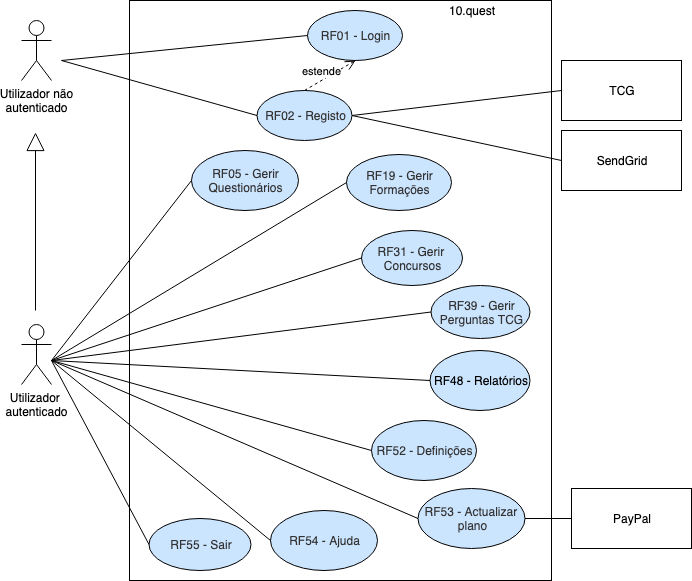
Earlier version of the draw.io export img/rf/alto-nivel.png (BrunoGrifo/Tese). Source tidied: cells renumbered, new cells last; positions are measured from the earlier drawing's top-left corner, leaving out a move shared by most shapes.
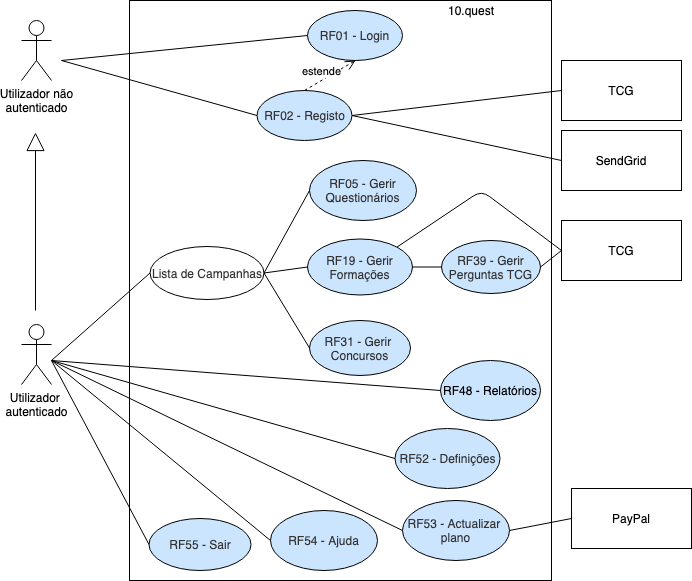
Above is the later version.

Diff of the diagram source:
```diff
@@ -37,16 +37,16 @@
       </mxGeometry>
     </mxCell>
     <mxCell id="11" value="RF05 - Gerir&lt;br&gt;Questionários" style="ellipse;whiteSpace=wrap;html=1;fillColor=#CCE5FF;strokeColor=#000000;fontColor=#333333;" parent="1" vertex="1">
-      <mxGeometry x="170" y="150" width="107" height="60" as="geometry" />
+      <mxGeometry x="288" y="160" width="107" height="60" as="geometry" />
     </mxCell>
     <mxCell id="12" value="RF19 - Gerir&lt;br&gt;Formações" style="ellipse;whiteSpace=wrap;html=1;fillColor=#CCE5FF;strokeColor=#000000;fontColor=#333333;" parent="1" vertex="1">
-      <mxGeometry x="325" y="154" width="105" height="56" as="geometry" />
+      <mxGeometry x="286" y="238.5" width="105" height="56" as="geometry" />
     </mxCell>
     <mxCell id="13" value="RF52 - Definições" style="ellipse;whiteSpace=wrap;html=1;fillColor=#CCE5FF;strokeColor=#000000;fontColor=#333333;" parent="1" vertex="1">
-      <mxGeometry x="350" y="420" width="105" height="60" as="geometry" />
+      <mxGeometry x="373.5" y="428" width="105" height="60" as="geometry" />
     </mxCell>
     <mxCell id="14" value="RF53 - Actualizar&amp;nbsp;&lt;br&gt;plano" style="ellipse;whiteSpace=wrap;html=1;fillColor=#CCE5FF;strokeColor=#000000;fontColor=#333333;" parent="1" vertex="1">
-      <mxGeometry x="396.5" y="488" width="107" height="60" as="geometry" />
+      <mxGeometry x="381" y="500" width="107" height="60" as="geometry" />
     </mxCell>
     <mxCell id="15" value="RF55 - Sair" style="ellipse;whiteSpace=wrap;html=1;fillColor=#CCE5FF;strokeColor=#000000;fontColor=#333333;" parent="1" vertex="1">
       <mxGeometry x="127.5" y="518" width="102" height="52" as="geometry" />
@@ -54,12 +54,10 @@
     <mxCell id="16" value="RF54 - Ajuda" style="ellipse;whiteSpace=wrap;html=1;fillColor=#CCE5FF;strokeColor=#000000;fontColor=#333333;" parent="1" vertex="1">
       <mxGeometry x="249" y="510" width="107" height="60" as="geometry" />
     </mxCell>
-    <mxCell id="17" style="endArrow=none;html=1;entryX=0;entryY=0.5;entryDx=0;entryDy=0;" parent="1" edge="1" target="11">
-      <mxGeometry relative="1" as="geometry">
-        <mxPoint x="30" y="360" as="sourcePoint" />
-      </mxGeometry>
+    <mxCell id="17" style="endArrow=none;html=1;entryX=0;entryY=0.5;entryDx=0;entryDy=0;exitX=1;exitY=0.5;exitDx=0;exitDy=0;" parent="1" edge="1" source="36" target="11">
+      <mxGeometry relative="1" as="geometry" />
     </mxCell>
-    <mxCell id="18" style="endArrow=none;html=1;entryX=0;entryY=0.5;entryDx=0;entryDy=0;" parent="1" edge="1" target="12">
+    <mxCell id="18" style="endArrow=none;html=1;entryX=0;entryY=0.5;entryDx=0;entryDy=0;" parent="1" edge="1" target="36">
       <mxGeometry relative="1" as="geometry">
         <mxPoint x="30" y="360" as="sourcePoint" />
       </mxGeometry>
@@ -91,20 +89,16 @@
       <mxGeometry x="550" y="488" width="120" height="60" as="geometry" />
     </mxCell>
     <mxCell id="25" value="RF31 - Gerir &lt;br&gt;Concursos" style="ellipse;whiteSpace=wrap;html=1;fillColor=#CCE5FF;strokeColor=#000000;fontColor=#333333;" parent="1" vertex="1">
-      <mxGeometry x="340" y="230" width="101" height="55" as="geometry" />
+      <mxGeometry x="288" y="320" width="101" height="55" as="geometry" />
     </mxCell>
-    <mxCell id="26" style="endArrow=none;html=1;entryX=0;entryY=0.5;entryDx=0;entryDy=0;" parent="1" edge="1" target="25">
-      <mxGeometry relative="1" as="geometry">
-        <mxPoint x="30" y="360" as="sourcePoint" />
-      </mxGeometry>
+    <mxCell id="26" style="endArrow=none;html=1;entryX=0;entryY=0.5;entryDx=0;entryDy=0;exitX=1;exitY=0.5;exitDx=0;exitDy=0;" parent="1" edge="1" source="36" target="25">
+      <mxGeometry relative="1" as="geometry" />
     </mxCell>
     <mxCell id="27" value="RF39 - Gerir&lt;br&gt;Perguntas TCG" style="ellipse;whiteSpace=wrap;html=1;fillColor=#CCE5FF;strokeColor=#000000;fontColor=#333333;" parent="1" vertex="1">
-      <mxGeometry x="409.5" y="285" width="99" height="53" as="geometry" />
+      <mxGeometry x="420" y="240" width="99" height="53" as="geometry" />
     </mxCell>
-    <mxCell id="28" style="endArrow=none;html=1;entryX=0;entryY=0.5;entryDx=0;entryDy=0;" parent="1" edge="1" target="27">
-      <mxGeometry relative="1" as="geometry">
-        <mxPoint x="30" y="360" as="sourcePoint" />
-      </mxGeometry>
+    <mxCell id="28" style="endArrow=none;html=1;entryX=0;entryY=0.5;entryDx=0;entryDy=0;exitX=1;exitY=0.5;exitDx=0;exitDy=0;" parent="1" edge="1" source="12" target="27">
+      <mxGeometry relative="1" as="geometry" />
     </mxCell>
     <mxCell id="29" value="estende" style="html=1;verticalAlign=bottom;endArrow=open;dashed=1;endSize=8;exitX=0.5;exitY=0;exitDx=0;exitDy=0;" parent="1" edge="1" source="7">
       <mxGeometry x="-0.33" relative="1" as="geometry">
@@ -118,7 +112,7 @@
       <mxGeometry x="540" y="60" width="120" height="60" as="geometry" />
     </mxCell>
     <mxCell id="32" value="RF48 - Relatórios" style="ellipse;whiteSpace=wrap;html=1;fillColor=#CCE5FF;" parent="1" vertex="1">
-      <mxGeometry x="408.5" y="350" width="100" height="60" as="geometry" />
+      <mxGeometry x="419" y="360" width="100" height="60" as="geometry" />
     </mxCell>
     <mxCell id="33" style="endArrow=none;html=1;entryX=0;entryY=0.5;entryDx=0;entryDy=0;" parent="1" edge="1" target="32">
       <mxGeometry relative="1" as="geometry">
@@ -131,5 +125,24 @@
     <mxCell id="35" style="endArrow=none;html=1;exitX=1;exitY=0.5;exitDx=0;exitDy=0;entryX=0;entryY=0.5;entryDx=0;entryDy=0;" parent="1" edge="1" source="7" target="34">
       <mxGeometry relative="1" as="geometry" />
     </mxCell>
+    <mxCell id="36" value="Lista de Campanhas" style="ellipse;whiteSpace=wrap;html=1;strokeColor=#000000;fontColor=#333333;fillColor=none;" parent="1" vertex="1">
+      <mxGeometry x="128.5" y="246" width="114" height="53" as="geometry" />
+    </mxCell>
+    <mxCell id="37" style="endArrow=none;html=1;entryX=0;entryY=0.5;entryDx=0;entryDy=0;exitX=1;exitY=0.5;exitDx=0;exitDy=0;" parent="1" edge="1" source="36" target="12">
+      <mxGeometry relative="1" as="geometry" />
+    </mxCell>
+    <mxCell id="38" value="TCG" style="rounded=0;whiteSpace=wrap;html=1;" parent="1" vertex="1">
+      <mxGeometry x="540" y="220" width="120" height="60" as="geometry" />
+    </mxCell>
+    <mxCell id="39" style="endArrow=none;html=1;exitX=1;exitY=0;exitDx=0;exitDy=0;entryX=0;entryY=0.5;entryDx=0;entryDy=0;" parent="1" edge="1" source="12" target="38">
+      <mxGeometry relative="1" as="geometry">
+        <Array as="points">
+          <mxPoint x="460" y="190" />
+        </Array>
+      </mxGeometry>
+    </mxCell>
+    <mxCell id="40" style="endArrow=none;html=1;entryX=0;entryY=0.5;entryDx=0;entryDy=0;exitX=1;exitY=0.5;exitDx=0;exitDy=0;" parent="1" edge="1" source="27" target="38">
+      <mxGeometry relative="1" as="geometry" />
+    </mxCell>
   </root>
 </mxGraphModel>
```
